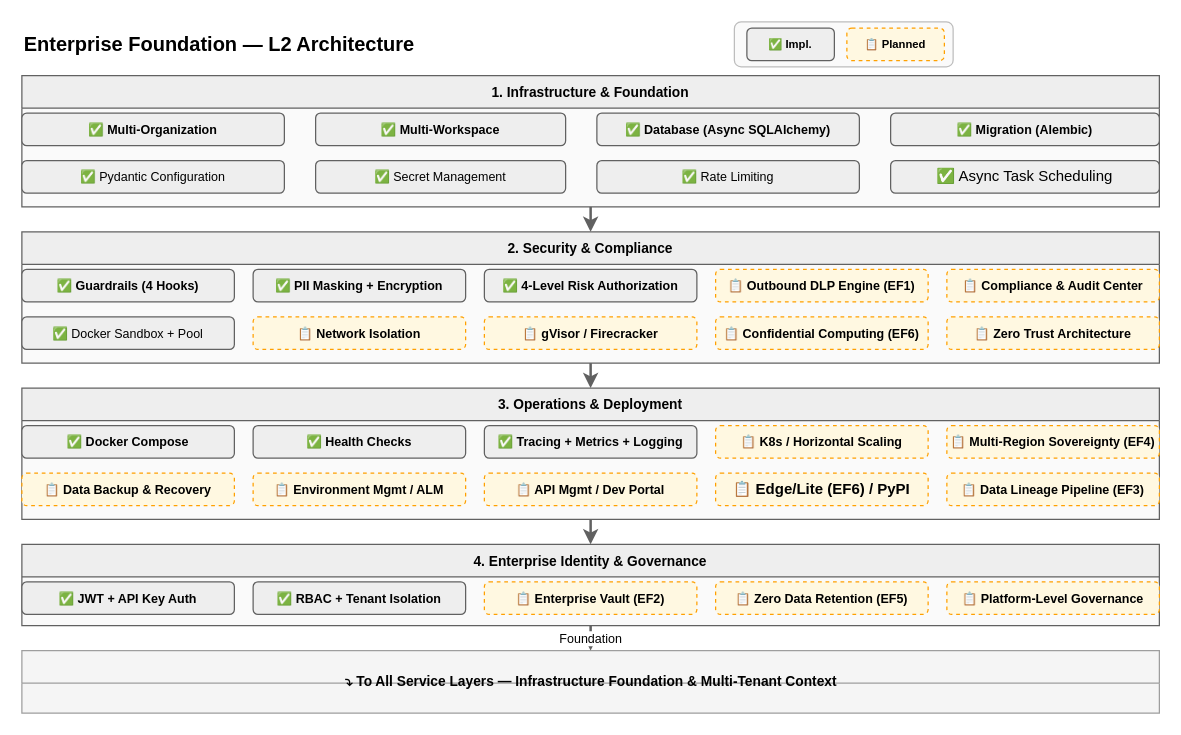
Earlier version of the draw.io diagram docs/design/hardware/enterprise-foundation-l2.drawio (xueyufish/hecate). Source tidied: cells renumbered, new cells numbered last; positions are measured from the earlier drawing's top-left corner, leaving out a move shared by most shapes. Both pictures are drawn from the tidied source at 125%, with x=0, y=0 at pixel (21, 21).
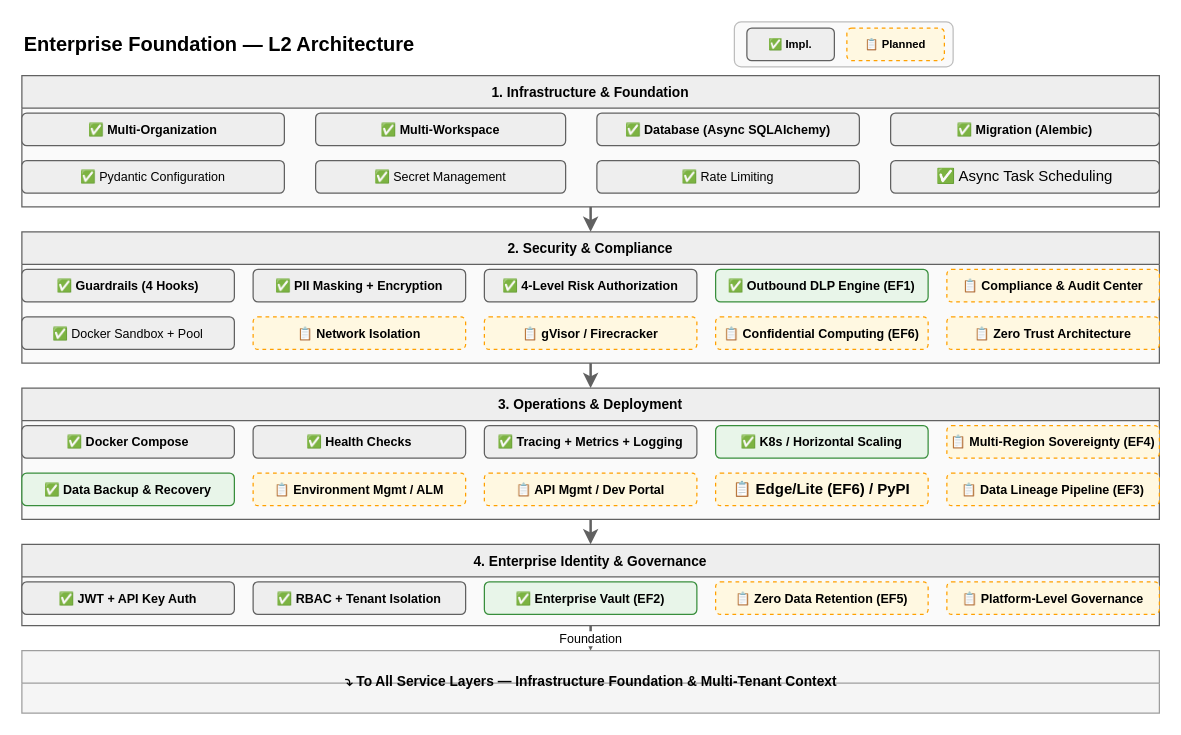
After the change.

The change refers to these unchanged cells:
```xml
<mxCell id="15" value="2. Security &amp; Compliance" style="swimlane;startSize=26;fillColor=#EEEEEE;strokeColor=#616161;fontSize=11;fontStyle=1;swimlaneFillColor=#FAFAFA;" parent="1" vertex="1">
  <mxGeometry y="168" width="910" height="105" as="geometry" />
</mxCell>
<mxCell id="26" value="3. Operations &amp; Deployment" style="swimlane;startSize=26;fillColor=#EEEEEE;strokeColor=#616161;fontSize=11;fontStyle=1;swimlaneFillColor=#FAFAFA;" parent="1" vertex="1">
  <mxGeometry y="293" width="910" height="105" as="geometry" />
</mxCell>
<mxCell id="37" value="4. Enterprise Identity &amp; Governance" style="swimlane;startSize=26;fillColor=#EEEEEE;strokeColor=#616161;fontSize=11;fontStyle=1;swimlaneFillColor=#FAFAFA;" parent="1" vertex="1">
  <mxGeometry y="418" width="910" height="65" as="geometry" />
</mxCell>
```

Change to the diagram source:
```diff
@@
-    <mxCell id="19" value="📋 Outbound DLP Engine (EF1)" style="rounded=1;whiteSpace=wrap;html=1;fillColor=#FFF8E1;strokeColor=#FFA000;fontSize=10;fontStyle=1;dashed=1;" parent="15" vertex="1">
+    <mxCell id="19" value="✅ Outbound DLP Engine (EF1)" style="rounded=1;whiteSpace=wrap;html=1;fillColor=#E8F5E9;strokeColor=#388E3C;fontSize=10;fontStyle=1;" parent="15" vertex="1">
       <mxGeometry x="555" y="30" width="170" height="26" as="geometry" />
     </mxCell>
@@
-    <mxCell id="30" value="📋 K8s / Horizontal Scaling" style="rounded=1;whiteSpace=wrap;html=1;fillColor=#FFF8E1;strokeColor=#FFA000;fontSize=10;fontStyle=1;dashed=1;" parent="26" vertex="1">
+    <mxCell id="30" value="✅ K8s / Horizontal Scaling" style="rounded=1;whiteSpace=wrap;html=1;fillColor=#E8F5E9;strokeColor=#388E3C;fontSize=10;fontStyle=1;" parent="26" vertex="1">
       <mxGeometry x="555" y="30" width="170" height="26" as="geometry" />
     </mxCell>
@@
-    <mxCell id="32" value="📋 Data Backup &amp; Recovery" style="rounded=1;whiteSpace=wrap;html=1;fillColor=#FFF8E1;strokeColor=#FFA000;fontSize=10;fontStyle=1;dashed=1;" parent="26" vertex="1">
+    <mxCell id="32" value="✅ Data Backup &amp; Recovery" style="rounded=1;whiteSpace=wrap;html=1;fillColor=#E8F5E9;strokeColor=#388E3C;fontSize=10;fontStyle=1;" parent="26" vertex="1">
       <mxGeometry y="68" width="170" height="26" as="geometry" />
     </mxCell>
@@
-    <mxCell id="40" value="📋 Enterprise Vault (EF2)" style="rounded=1;whiteSpace=wrap;html=1;fillColor=#FFF8E1;strokeColor=#FFA000;fontSize=10;fontStyle=1;dashed=1;" parent="37" vertex="1">
+    <mxCell id="40" value="✅ Enterprise Vault (EF2)" style="rounded=1;whiteSpace=wrap;html=1;fillColor=#E8F5E9;strokeColor=#388E3C;fontSize=10;fontStyle=1;" parent="37" vertex="1">
       <mxGeometry x="370" y="30" width="170" height="26" as="geometry" />
     </mxCell>
```
